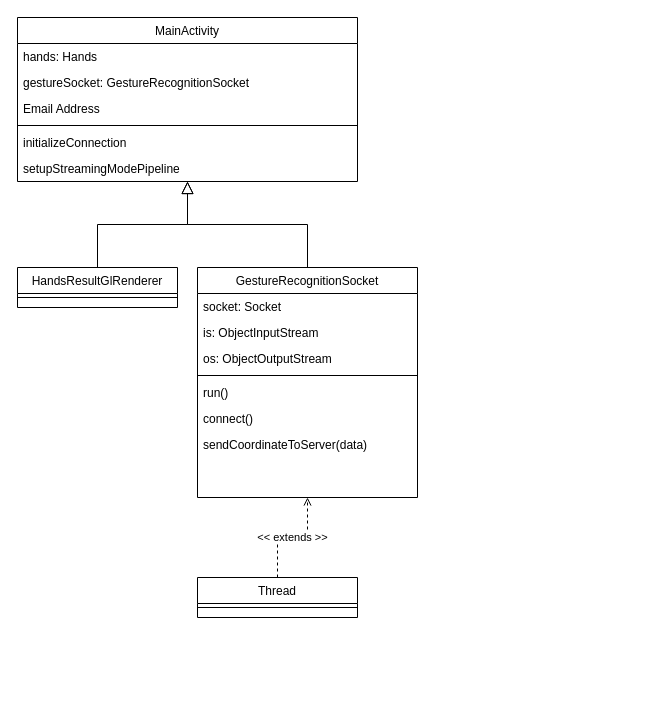
VanSubstance/capstone_AppPal keeps this draw.io diagram as page "Application" (1 of 3) of Application.drawio. Above is the earlier version. Source tidied: cells renumbered, new cells numbered last; positions are measured from the earlier drawing's top-left corner, leaving out a move shared by most shapes. Both pictures are drawn from the tidied source at 100%, with x=0, y=0 at pixel (17, 17).
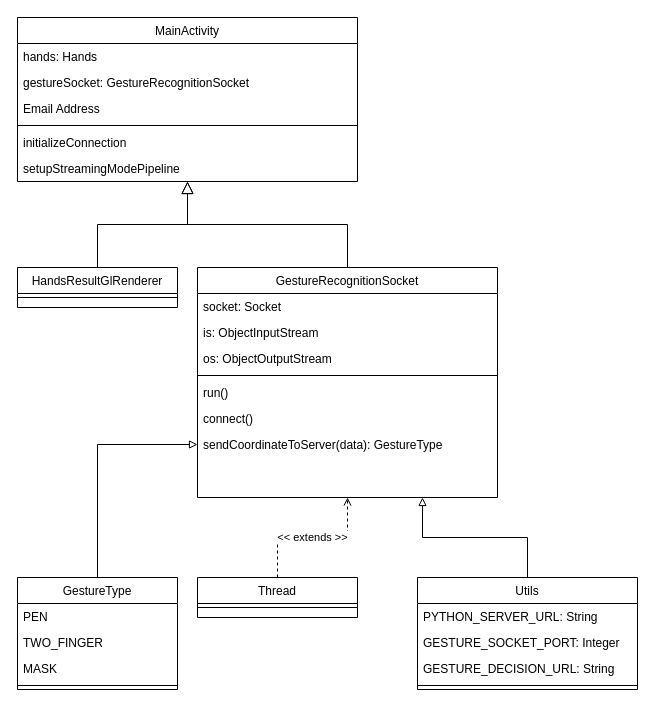
Above is the later version.

Commit message:
Add(Diagram): Update application class diagram + Add Data flow diagram

What changed in the source:
```diff
@@
     <mxCell id="12" value="GestureRecognitionSocket" style="swimlane;fontStyle=0;align=center;verticalAlign=top;horizontal=1;startSize=26;rounded=0;shadow=0;strokeWidth=1;" parent="1" vertex="1">
-      <mxGeometry x="180" y="250" width="220" height="230" as="geometry" />
+      <mxGeometry x="180" y="250" width="300" height="230" as="geometry" />
     </mxCell>
     <mxCell id="13" value="socket: Socket" style="text;align=left;verticalAlign=top;spacingLeft=4;spacingRight=4;overflow=hidden;" parent="12" vertex="1">
-      <mxGeometry y="26" width="220" height="26" as="geometry" />
+      <mxGeometry y="26" width="300" height="26" as="geometry" />
     </mxCell>
     <mxCell id="14" value="is: ObjectInputStream" style="text;align=left;verticalAlign=top;spacingLeft=4;spacingRight=4;overflow=hidden;" parent="12" vertex="1">
-      <mxGeometry y="52" width="220" height="26" as="geometry" />
+      <mxGeometry y="52" width="300" height="26" as="geometry" />
     </mxCell>
     <mxCell id="15" value="os: ObjectOutputStream" style="text;align=left;verticalAlign=top;spacingLeft=4;spacingRight=4;overflow=hidden;" parent="12" vertex="1">
-      <mxGeometry y="78" width="220" height="26" as="geometry" />
+      <mxGeometry y="78" width="300" height="26" as="geometry" />
     </mxCell>
     <mxCell id="16" style="line;html=1;strokeWidth=1;align=left;verticalAlign=middle;spacingTop=-1;spacingLeft=3;spacingRight=3;labelPosition=right;" parent="12" vertex="1">
-      <mxGeometry y="104" width="220" height="8" as="geometry" />
+      <mxGeometry y="104" width="300" height="8" as="geometry" />
     </mxCell>
     <mxCell id="17" value="run()" style="text;align=left;verticalAlign=top;spacingLeft=4;spacingRight=4;overflow=hidden;" parent="12" vertex="1">
-      <mxGeometry y="112" width="220" height="26" as="geometry" />
+      <mxGeometry y="112" width="300" height="26" as="geometry" />
     </mxCell>
     <mxCell id="18" value="connect()" style="text;align=left;verticalAlign=top;spacingLeft=4;spacingRight=4;overflow=hidden;" parent="12" vertex="1">
-      <mxGeometry y="138" width="220" height="26" as="geometry" />
+      <mxGeometry y="138" width="300" height="26" as="geometry" />
     </mxCell>
-    <mxCell id="19" value="sendCoordinateToServer(data)" style="text;align=left;verticalAlign=top;spacingLeft=4;spacingRight=4;overflow=hidden;points=[[0,0.5],[1,0.5]];portConstraint=eastwest;" parent="12" vertex="1">
-      <mxGeometry y="164" width="220" height="26" as="geometry" />
+    <mxCell id="19" value="sendCoordinateToServer(data): GestureType" style="text;align=left;verticalAlign=top;spacingLeft=4;spacingRight=4;overflow=hidden;points=[[0,0.5],[1,0.5]];portConstraint=eastwest;" parent="12" vertex="1">
+      <mxGeometry y="164" width="300" height="26" as="geometry" />
     </mxCell>
@@
+    <mxCell id="24" style="edgeStyle=orthogonalEdgeStyle;rounded=0;jettySize=auto;html=1;endArrow=block;endFill=0;entryX=0.75;entryY=1;entryDx=0;entryDy=0;" parent="1" edge="1" source="25" target="12">
+      <mxGeometry relative="1" as="geometry" />
+    </mxCell>
+    <mxCell id="25" value="Utils" style="swimlane;fontStyle=0;align=center;verticalAlign=top;horizontal=1;startSize=26;rounded=0;shadow=0;strokeWidth=1;" parent="1" vertex="1">
+      <mxGeometry x="400" y="560" width="220" height="112" as="geometry" />
+    </mxCell>
+    <mxCell id="26" value="PYTHON_SERVER_URL: String" style="text;align=left;verticalAlign=top;spacingLeft=4;spacingRight=4;overflow=hidden;" parent="25" vertex="1">
+      <mxGeometry y="26" width="220" height="26" as="geometry" />
+    </mxCell>
+    <mxCell id="27" value="GESTURE_SOCKET_PORT: Integer" style="text;align=left;verticalAlign=top;spacingLeft=4;spacingRight=4;overflow=hidden;" parent="25" vertex="1">
+      <mxGeometry y="52" width="220" height="26" as="geometry" />
+    </mxCell>
+    <mxCell id="28" value="GESTURE_DECISION_URL: String" style="text;align=left;verticalAlign=top;spacingLeft=4;spacingRight=4;overflow=hidden;" parent="25" vertex="1">
+      <mxGeometry y="78" width="220" height="26" as="geometry" />
+    </mxCell>
+    <mxCell id="29" style="line;html=1;strokeWidth=1;align=left;verticalAlign=middle;spacingTop=-1;spacingLeft=3;spacingRight=3;labelPosition=right;" parent="25" vertex="1">
+      <mxGeometry y="104" width="220" height="8" as="geometry" />
+    </mxCell>
+    <mxCell id="30" style="edgeStyle=orthogonalEdgeStyle;rounded=0;jettySize=auto;html=1;endArrow=block;endFill=0;" parent="1" edge="1" source="31" target="19">
+      <mxGeometry relative="1" as="geometry" />
+    </mxCell>
+    <mxCell id="31" value="GestureType" style="swimlane;fontStyle=0;align=center;verticalAlign=top;horizontal=1;startSize=26;rounded=0;shadow=0;strokeWidth=1;" parent="1" vertex="1">
+      <mxGeometry y="560" width="160" height="112" as="geometry" />
+    </mxCell>
+    <mxCell id="32" value="PEN" style="text;align=left;verticalAlign=top;spacingLeft=4;spacingRight=4;overflow=hidden;" parent="31" vertex="1">
+      <mxGeometry y="26" width="160" height="26" as="geometry" />
+    </mxCell>
+    <mxCell id="33" value="TWO_FINGER" style="text;align=left;verticalAlign=top;spacingLeft=4;spacingRight=4;overflow=hidden;" parent="31" vertex="1">
+      <mxGeometry y="52" width="160" height="26" as="geometry" />
+    </mxCell>
+    <mxCell id="34" value="MASK" style="text;align=left;verticalAlign=top;spacingLeft=4;spacingRight=4;overflow=hidden;" parent="31" vertex="1">
+      <mxGeometry y="78" width="160" height="26" as="geometry" />
+    </mxCell>
+    <mxCell id="35" style="line;html=1;strokeWidth=1;align=left;verticalAlign=middle;spacingTop=-1;spacingLeft=3;spacingRight=3;labelPosition=right;" parent="31" vertex="1">
+      <mxGeometry y="104" width="160" height="8" as="geometry" />
+    </mxCell>
```
